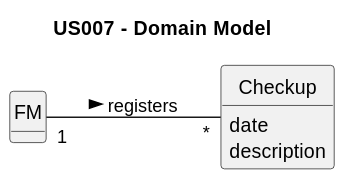
The PlantUML diagram docs/sprintA/us007/02.analysis/svg/us007-domain-model.svg in Rui-San/LAPR2_2023_2024, before a commit. Its diagram source:
```plantuml
@startuml
skinparam monochrome true
skinparam packageStyle rectangle
skinparam shadowing false

left to right direction

skinparam classAttributeIconSize 0

hide circle
hide methods

title US007 - Domain Model

class FM{

}

class Checkup{
    date
    description
}

FM "1" -- "*" Checkup : "registers >"
@enduml
```
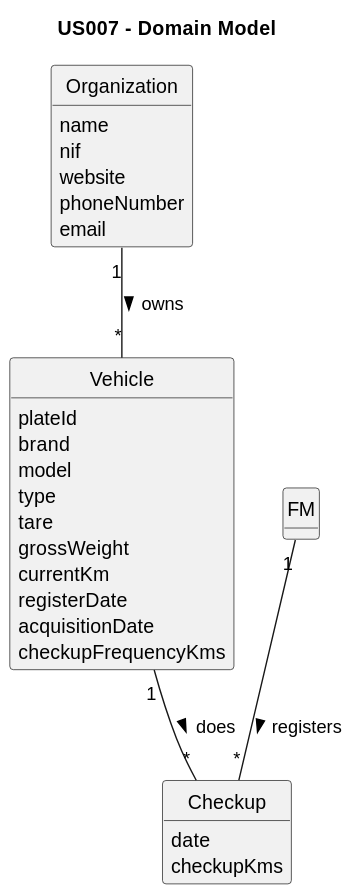
After the change.

Commit message:
Domain Model .svg created for: - US005 - US006 - US007 - US008

Change to the diagram source:
```diff
@@ -3,7 +3,6 @@
 skinparam packageStyle rectangle
 skinparam shadowing false
 
-left to right direction
 
 skinparam classAttributeIconSize 0
 
@@ -12,14 +11,34 @@
 
 title US007 - Domain Model
 
-class FM{
+class Organization {
+    name
+    nif
+    website
+    phoneNumber
+    email
+}
 
+class Vehicle{
+    plateId
+    brand
+    model
+    type
+    tare
+    grossWeight
+    currentKm
+    registerDate
+    acquisitionDate
+    checkupFrequencyKms
 }
 
 class Checkup{
     date
-    description
+    checkupKms
 }
 
+
 FM "1" -- "*" Checkup : "registers >"
+Organization "1" -- "*" Vehicle : "owns >"
+Vehicle "1" -- "*" Checkup : "does >"
 @enduml
```
